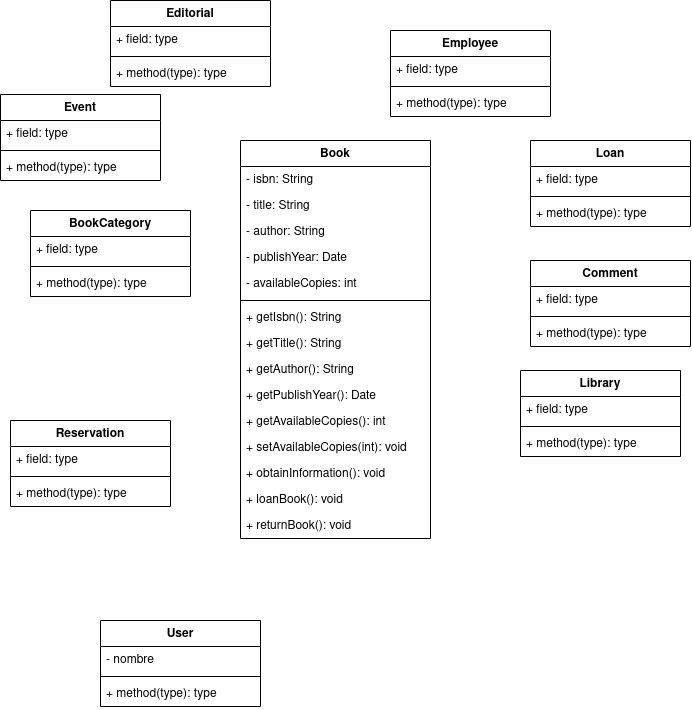
This is proyecto/classdiagram/classdiagramlibrary.png from mackstm/ets, a draw.io export, as it was before one commit. Source tidied: cells renumbered, new cells last; positions are measured from the earlier drawing's top-left corner, leaving out a move shared by most shapes.
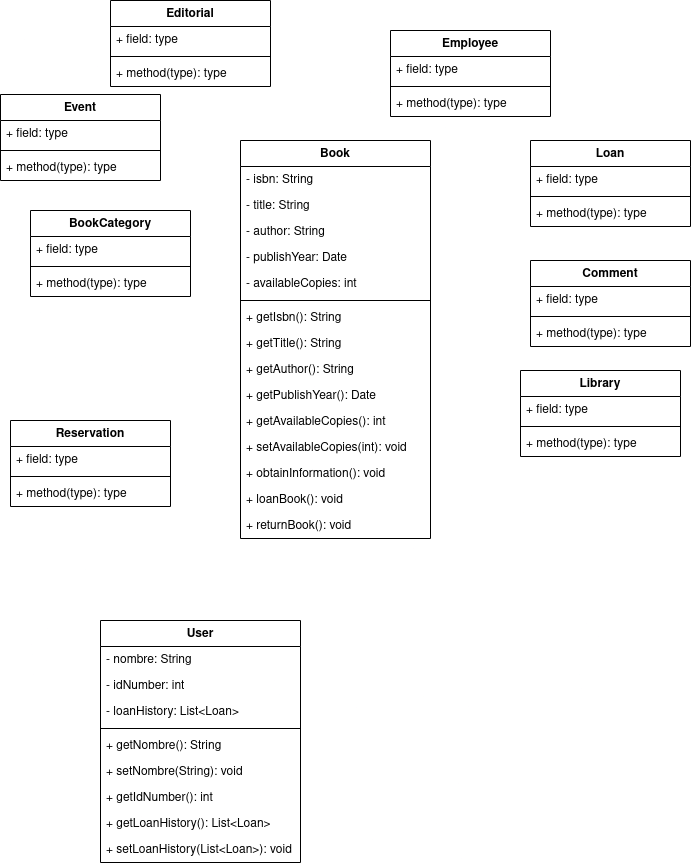
The same file after the commit.

Diff of the diagram source:
```diff
@@ -75,17 +75,35 @@
       <mxGeometry y="60" width="160" height="26" as="geometry" />
     </mxCell>
     <mxCell id="26" value="User" style="swimlane;fontStyle=1;align=center;verticalAlign=top;horizontal=1;startSize=26;whiteSpace=wrap;html=1;" parent="1" vertex="1">
-      <mxGeometry x="100" y="620" width="160" height="86" as="geometry" />
+      <mxGeometry x="100" y="620" width="200" height="242" as="geometry" />
     </mxCell>
-    <mxCell id="27" value="- nombre" style="text;strokeColor=none;fillColor=none;align=left;verticalAlign=top;spacingLeft=4;spacingRight=4;overflow=hidden;whiteSpace=wrap;html=1;" parent="26" vertex="1">
-      <mxGeometry y="26" width="160" height="26" as="geometry" />
+    <mxCell id="27" value="&lt;div&gt;- nombre: String&lt;br&gt;&lt;/div&gt;" style="text;strokeColor=none;fillColor=none;align=left;verticalAlign=top;spacingLeft=4;spacingRight=4;overflow=hidden;whiteSpace=wrap;html=1;" parent="26" vertex="1">
+      <mxGeometry y="26" width="200" height="26" as="geometry" />
     </mxCell>
+    <mxCell id="54" value="- idNumber: int" style="text;strokeColor=none;fillColor=none;align=left;verticalAlign=top;spacingLeft=4;spacingRight=4;overflow=hidden;whiteSpace=wrap;html=1;" parent="26" vertex="1">
+      <mxGeometry y="52" width="200" height="26" as="geometry" />
+    </mxCell>
+    <mxCell id="55" value="- loanHistory: List&amp;lt;Loan&amp;gt;" style="text;strokeColor=none;fillColor=none;align=left;verticalAlign=top;spacingLeft=4;spacingRight=4;overflow=hidden;whiteSpace=wrap;html=1;" parent="26" vertex="1">
+      <mxGeometry y="78" width="200" height="26" as="geometry" />
+    </mxCell>
     <mxCell id="28" style="line;strokeWidth=1;fillColor=none;align=left;verticalAlign=middle;spacingTop=-1;spacingLeft=3;spacingRight=3;labelPosition=right;strokeColor=inherit;" parent="26" vertex="1">
-      <mxGeometry y="52" width="160" height="8" as="geometry" />
+      <mxGeometry y="104" width="200" height="8" as="geometry" />
     </mxCell>
-    <mxCell id="29" value="+ method(type): type" style="text;strokeColor=none;fillColor=none;align=left;verticalAlign=top;spacingLeft=4;spacingRight=4;overflow=hidden;whiteSpace=wrap;html=1;" parent="26" vertex="1">
-      <mxGeometry y="60" width="160" height="26" as="geometry" />
+    <mxCell id="29" value="+ getNombre(): String" style="text;strokeColor=none;fillColor=none;align=left;verticalAlign=top;spacingLeft=4;spacingRight=4;overflow=hidden;whiteSpace=wrap;html=1;" parent="26" vertex="1">
+      <mxGeometry y="112" width="200" height="26" as="geometry" />
     </mxCell>
+    <mxCell id="56" value="+ setNombre(String): void" style="text;strokeColor=none;fillColor=none;align=left;verticalAlign=top;spacingLeft=4;spacingRight=4;overflow=hidden;whiteSpace=wrap;html=1;" parent="26" vertex="1">
+      <mxGeometry y="138" width="200" height="26" as="geometry" />
+    </mxCell>
+    <mxCell id="57" value="+ getIdNumber(): int" style="text;strokeColor=none;fillColor=none;align=left;verticalAlign=top;spacingLeft=4;spacingRight=4;overflow=hidden;whiteSpace=wrap;html=1;" parent="26" vertex="1">
+      <mxGeometry y="164" width="200" height="26" as="geometry" />
+    </mxCell>
+    <mxCell id="58" value="+ getLoanHistory(): List&amp;lt;Loan&amp;gt;" style="text;strokeColor=none;fillColor=none;align=left;verticalAlign=top;spacingLeft=4;spacingRight=4;overflow=hidden;whiteSpace=wrap;html=1;" parent="26" vertex="1">
+      <mxGeometry y="190" width="200" height="26" as="geometry" />
+    </mxCell>
+    <mxCell id="59" value="+ setLoanHistory(List&amp;lt;Loan&amp;gt;): void" style="text;strokeColor=none;fillColor=none;align=left;verticalAlign=top;spacingLeft=4;spacingRight=4;overflow=hidden;whiteSpace=wrap;html=1;" parent="26" vertex="1">
+      <mxGeometry y="216" width="200" height="26" as="geometry" />
+    </mxCell>
     <mxCell id="30" value="Event" style="swimlane;fontStyle=1;align=center;verticalAlign=top;horizontal=1;startSize=26;whiteSpace=wrap;html=1;" parent="1" vertex="1">
       <mxGeometry y="94" width="160" height="86" as="geometry" />
     </mxCell>
```
